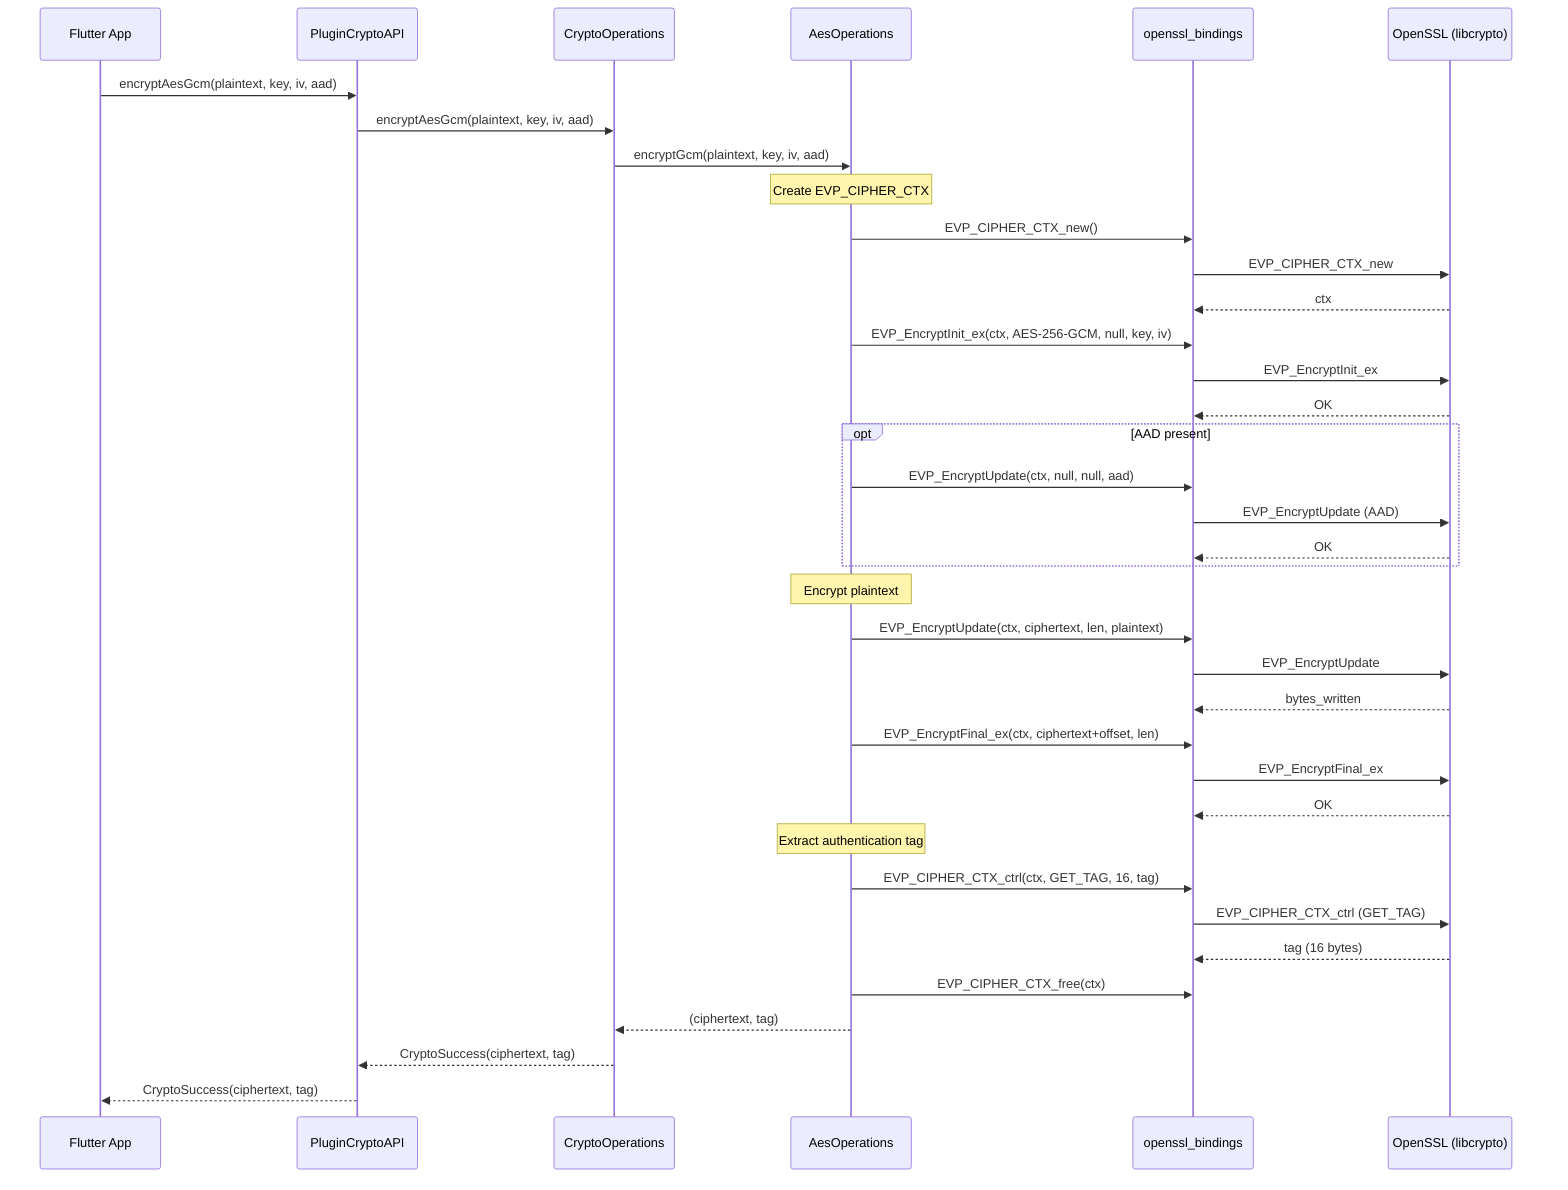
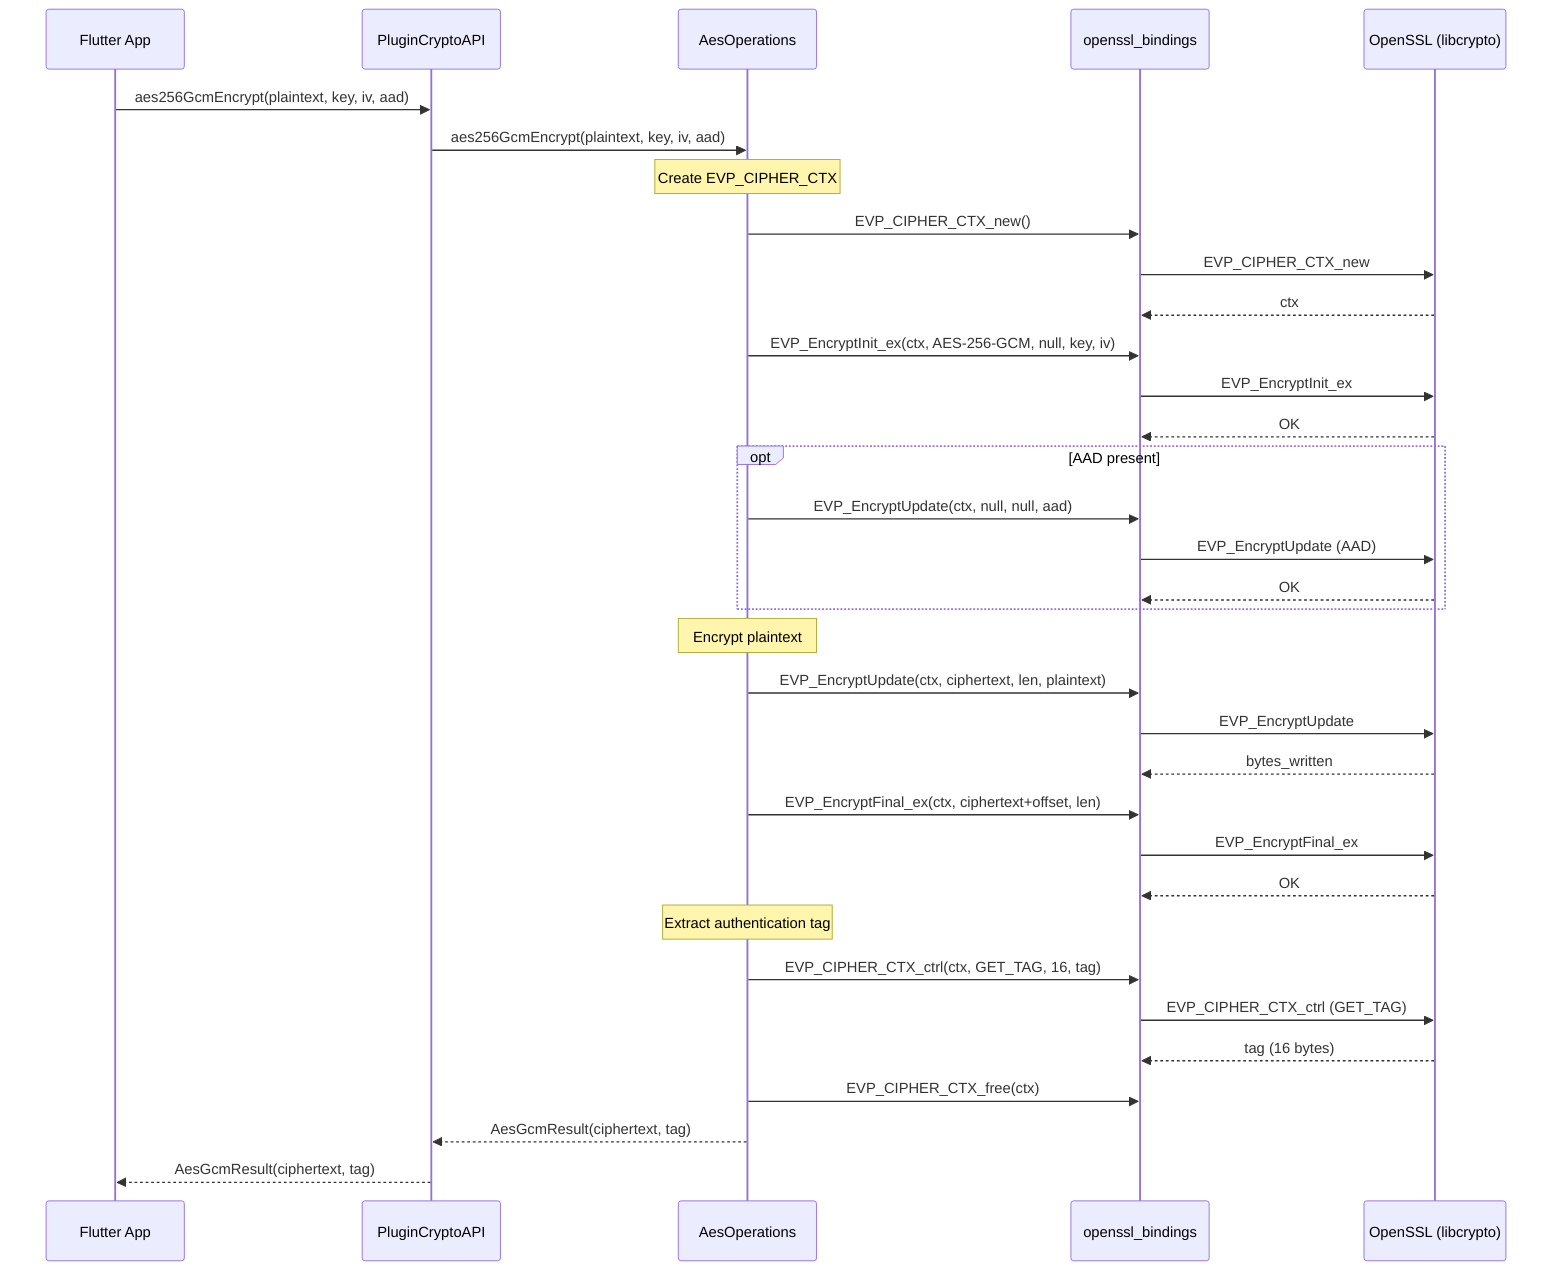
sequenceDiagram
    participant App as Flutter App
    participant API as PluginCryptoAPI
-     participant Ops as CryptoOperations
    participant AES as AesOperations
    participant FFI as openssl_bindings
    participant Native as OpenSSL (libcrypto)

-     App->>API: encryptAesGcm(plaintext, key, iv, aad)
-     API->>Ops: encryptAesGcm(plaintext, key, iv, aad)
-     Ops->>AES: encryptGcm(plaintext, key, iv, aad)
+     App->>API: aes256GcmEncrypt(plaintext, key, iv, aad)
+     API->>AES: aes256GcmEncrypt(plaintext, key, iv, aad)

    Note over AES: Create EVP_CIPHER_CTX
    AES->>FFI: EVP_CIPHER_CTX_new()
    FFI->>Native: EVP_CIPHER_CTX_new
    Native-->>FFI: ctx

    AES->>FFI: EVP_EncryptInit_ex(ctx, AES-256-GCM, null, key, iv)
    FFI->>Native: EVP_EncryptInit_ex
    Native-->>FFI: OK

    opt AAD present
        AES->>FFI: EVP_EncryptUpdate(ctx, null, null, aad)
        FFI->>Native: EVP_EncryptUpdate (AAD)
        Native-->>FFI: OK
    end

    Note over AES: Encrypt plaintext
    AES->>FFI: EVP_EncryptUpdate(ctx, ciphertext, len, plaintext)
    FFI->>Native: EVP_EncryptUpdate
    Native-->>FFI: bytes_written

    AES->>FFI: EVP_EncryptFinal_ex(ctx, ciphertext+offset, len)
    FFI->>Native: EVP_EncryptFinal_ex
    Native-->>FFI: OK

    Note over AES: Extract authentication tag
    AES->>FFI: EVP_CIPHER_CTX_ctrl(ctx, GET_TAG, 16, tag)
    FFI->>Native: EVP_CIPHER_CTX_ctrl (GET_TAG)
    Native-->>FFI: tag (16 bytes)

    AES->>FFI: EVP_CIPHER_CTX_free(ctx)
-     AES-->>Ops: (ciphertext, tag)
-     Ops-->>API: CryptoSuccess(ciphertext, tag)
-     API-->>App: CryptoSuccess(ciphertext, tag)+     AES-->>API: AesGcmResult(ciphertext, tag)
+     API-->>App: AesGcmResult(ciphertext, tag)